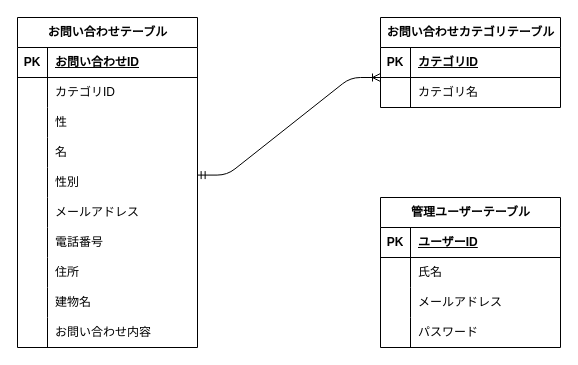
Before: src/design/er_diagram.drawio in hisano-satomi/contact-form, a draw.io diagram. Source tidied: cells renumbered, new cells numbered last; positions are measured from the earlier drawing's top-left corner, leaving out a move shared by most shapes. Both pictures are drawn from the tidied source at 100%, with x=0, y=0 at pixel (17, 17).
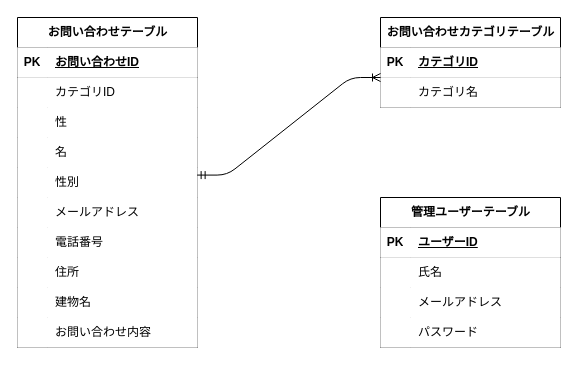
The same page after the edit.

Unchanged cells that the change refers to:
```xml
<mxCell id="2" value="&lt;span class=&quot;notion-enable-hover&quot;&gt;お問い合わせテーブル&lt;/span&gt;" style="shape=table;startSize=30;childLayout=tableLayout;rowLines=0;fontStyle=1;align=center;html=1;" parent="1" vertex="1">
  <mxGeometry width="180" height="330" as="geometry" />
</mxCell>
<mxCell id="33" value="&lt;span class=&quot;notion-enable-hover&quot;&gt;お問い合わせカテゴリテーブル&lt;/span&gt;" style="shape=table;startSize=30;childLayout=tableLayout;rowLines=0;fontStyle=1;align=center;html=1;" parent="1" vertex="1">
  <mxGeometry x="363" width="180" height="90" as="geometry" />
</mxCell>
<mxCell id="40" value="&lt;span class=&quot;notion-enable-hover&quot;&gt;管理ユーザーテーブル&lt;/span&gt;" style="shape=table;startSize=30;childLayout=tableLayout;rowLines=0;fontStyle=1;align=center;html=1;" parent="1" vertex="1">
  <mxGeometry x="363" y="180" width="180" height="150" as="geometry" />
</mxCell>
```

Change to the diagram source:
```diff
@@
-    <mxCell id="3" style="shape=tableRow;horizontal=0;startSize=0;swimlaneHead=0;swimlaneBody=0;fillColor=none;top=0;left=0;right=0;bottom=1;" parent="2" vertex="1">
+    <mxCell id="3" style="shape=tableRow;horizontal=0;startSize=0;swimlaneHead=0;swimlaneBody=0;top=0;left=0;right=0;bottom=1;" parent="2" vertex="1">
       <mxGeometry y="30" width="180" height="30" as="geometry" />
     </mxCell>
-    <mxCell id="4" value="PK" style="shape=partialRectangle;fillColor=none;top=0;left=0;bottom=0;right=0;fontStyle=1;overflow=hidden;whiteSpace=wrap;html=1;" parent="3" vertex="1">
+    <mxCell id="4" value="PK" style="shape=partialRectangle;top=0;left=0;bottom=0;right=0;fontStyle=1;overflow=hidden;whiteSpace=wrap;html=1;" parent="3" vertex="1">
       <mxGeometry width="30" height="30" as="geometry" />
     </mxCell>
-    <mxCell id="5" value="お問い合わせID" style="shape=partialRectangle;fillColor=none;top=0;left=0;bottom=0;right=0;align=left;spacingLeft=6;fontStyle=5;overflow=hidden;whiteSpace=wrap;html=1;" parent="3" vertex="1">
+    <mxCell id="5" value="お問い合わせID" style="shape=partialRectangle;top=0;left=0;bottom=0;right=0;align=left;spacingLeft=6;fontStyle=5;overflow=hidden;whiteSpace=wrap;html=1;" parent="3" vertex="1">
       <mxGeometry x="30" width="150" height="30" as="geometry" />
     </mxCell>
-    <mxCell id="6" style="shape=tableRow;horizontal=0;startSize=0;swimlaneHead=0;swimlaneBody=0;fillColor=none;top=0;left=0;right=0;bottom=0;" parent="2" vertex="1">
+    <mxCell id="6" style="shape=tableRow;horizontal=0;startSize=0;swimlaneHead=0;swimlaneBody=0;top=0;left=0;right=0;bottom=0;" parent="2" vertex="1">
       <mxGeometry y="60" width="180" height="30" as="geometry" />
     </mxCell>
-    <mxCell id="7" style="shape=partialRectangle;fillColor=none;top=0;left=0;bottom=0;right=0;overflow=hidden;whiteSpace=wrap;html=1;" parent="6" vertex="1">
+    <mxCell id="7" style="shape=partialRectangle;top=0;left=0;bottom=0;right=0;overflow=hidden;whiteSpace=wrap;html=1;" parent="6" vertex="1">
       <mxGeometry width="30" height="30" as="geometry" />
     </mxCell>
-    <mxCell id="8" value="カテゴリID" style="shape=partialRectangle;fillColor=none;top=0;left=0;bottom=0;right=0;align=left;spacingLeft=6;overflow=hidden;whiteSpace=wrap;html=1;" parent="6" vertex="1">
+    <mxCell id="8" value="カテゴリID" style="shape=partialRectangle;top=0;left=0;bottom=0;right=0;align=left;spacingLeft=6;overflow=hidden;whiteSpace=wrap;html=1;" parent="6" vertex="1">
       <mxGeometry x="30" width="150" height="30" as="geometry" />
     </mxCell>
-    <mxCell id="9" style="shape=tableRow;horizontal=0;startSize=0;swimlaneHead=0;swimlaneBody=0;fillColor=none;top=0;left=0;right=0;bottom=0;" parent="2" vertex="1">
+    <mxCell id="9" style="shape=tableRow;horizontal=0;startSize=0;swimlaneHead=0;swimlaneBody=0;top=0;left=0;right=0;bottom=0;" parent="2" vertex="1">
       <mxGeometry y="90" width="180" height="30" as="geometry" />
     </mxCell>
-    <mxCell id="10" style="shape=partialRectangle;fillColor=none;top=0;left=0;bottom=0;right=0;overflow=hidden;whiteSpace=wrap;html=1;" parent="9" vertex="1">
+    <mxCell id="10" style="shape=partialRectangle;top=0;left=0;bottom=0;right=0;overflow=hidden;whiteSpace=wrap;html=1;" parent="9" vertex="1">
       <mxGeometry width="30" height="30" as="geometry" />
     </mxCell>
-    <mxCell id="11" value="性" style="shape=partialRectangle;fillColor=none;top=0;left=0;bottom=0;right=0;align=left;spacingLeft=6;overflow=hidden;whiteSpace=wrap;html=1;" parent="9" vertex="1">
+    <mxCell id="11" value="性" style="shape=partialRectangle;top=0;left=0;bottom=0;right=0;align=left;spacingLeft=6;overflow=hidden;whiteSpace=wrap;html=1;" parent="9" vertex="1">
       <mxGeometry x="30" width="150" height="30" as="geometry" />
     </mxCell>
-    <mxCell id="12" style="shape=tableRow;horizontal=0;startSize=0;swimlaneHead=0;swimlaneBody=0;fillColor=none;top=0;left=0;right=0;bottom=0;" parent="2" vertex="1">
+    <mxCell id="12" style="shape=tableRow;horizontal=0;startSize=0;swimlaneHead=0;swimlaneBody=0;top=0;left=0;right=0;bottom=0;" parent="2" vertex="1">
       <mxGeometry y="120" width="180" height="30" as="geometry" />
     </mxCell>
-    <mxCell id="13" style="shape=partialRectangle;fillColor=none;top=0;left=0;bottom=0;right=0;overflow=hidden;whiteSpace=wrap;html=1;" parent="12" vertex="1">
+    <mxCell id="13" style="shape=partialRectangle;top=0;left=0;bottom=0;right=0;overflow=hidden;whiteSpace=wrap;html=1;" parent="12" vertex="1">
       <mxGeometry width="30" height="30" as="geometry" />
     </mxCell>
-    <mxCell id="14" value="名" style="shape=partialRectangle;fillColor=none;top=0;left=0;bottom=0;right=0;align=left;spacingLeft=6;overflow=hidden;whiteSpace=wrap;html=1;" parent="12" vertex="1">
+    <mxCell id="14" value="名" style="shape=partialRectangle;top=0;left=0;bottom=0;right=0;align=left;spacingLeft=6;overflow=hidden;whiteSpace=wrap;html=1;" parent="12" vertex="1">
       <mxGeometry x="30" width="150" height="30" as="geometry" />
     </mxCell>
-    <mxCell id="15" style="shape=tableRow;horizontal=0;startSize=0;swimlaneHead=0;swimlaneBody=0;fillColor=none;points=[[0,0.5],[1,0.5]];portConstraint=eastwest;top=0;left=0;right=0;bottom=0;" parent="2" vertex="1">
+    <mxCell id="15" style="shape=tableRow;horizontal=0;startSize=0;swimlaneHead=0;swimlaneBody=0;points=[[0,0.5],[1,0.5]];portConstraint=eastwest;top=0;left=0;right=0;bottom=0;" parent="2" vertex="1">
       <mxGeometry y="150" width="180" height="30" as="geometry" />
     </mxCell>
-    <mxCell id="16" style="shape=partialRectangle;fillColor=none;top=0;left=0;bottom=0;right=0;overflow=hidden;whiteSpace=wrap;html=1;" parent="15" vertex="1">
+    <mxCell id="16" style="shape=partialRectangle;top=0;left=0;bottom=0;right=0;overflow=hidden;whiteSpace=wrap;html=1;" parent="15" vertex="1">
       <mxGeometry width="30" height="30" as="geometry" />
     </mxCell>
-    <mxCell id="17" value="性別" style="shape=partialRectangle;fillColor=none;top=0;left=0;bottom=0;right=0;align=left;spacingLeft=6;overflow=hidden;whiteSpace=wrap;html=1;" parent="15" vertex="1">
+    <mxCell id="17" value="性別" style="shape=partialRectangle;top=0;left=0;bottom=0;right=0;align=left;spacingLeft=6;overflow=hidden;whiteSpace=wrap;html=1;" parent="15" vertex="1">
       <mxGeometry x="30" width="150" height="30" as="geometry" />
     </mxCell>
-    <mxCell id="18" style="shape=tableRow;horizontal=0;startSize=0;swimlaneHead=0;swimlaneBody=0;fillColor=none;top=0;left=0;right=0;bottom=0;" parent="2" vertex="1">
+    <mxCell id="18" style="shape=tableRow;horizontal=0;startSize=0;swimlaneHead=0;swimlaneBody=0;top=0;left=0;right=0;bottom=0;" parent="2" vertex="1">
       <mxGeometry y="180" width="180" height="30" as="geometry" />
     </mxCell>
-    <mxCell id="19" style="shape=partialRectangle;fillColor=none;top=0;left=0;bottom=0;right=0;overflow=hidden;whiteSpace=wrap;html=1;" parent="18" vertex="1">
+    <mxCell id="19" style="shape=partialRectangle;top=0;left=0;bottom=0;right=0;overflow=hidden;whiteSpace=wrap;html=1;" parent="18" vertex="1">
       <mxGeometry width="30" height="30" as="geometry" />
     </mxCell>
-    <mxCell id="20" value="メールアドレス" style="shape=partialRectangle;fillColor=none;top=0;left=0;bottom=0;right=0;align=left;spacingLeft=6;overflow=hidden;whiteSpace=wrap;html=1;" parent="18" vertex="1">
+    <mxCell id="20" value="メールアドレス" style="shape=partialRectangle;top=0;left=0;bottom=0;right=0;align=left;spacingLeft=6;overflow=hidden;whiteSpace=wrap;html=1;" parent="18" vertex="1">
       <mxGeometry x="30" width="150" height="30" as="geometry" />
     </mxCell>
-    <mxCell id="21" style="shape=tableRow;horizontal=0;startSize=0;swimlaneHead=0;swimlaneBody=0;fillColor=none;top=0;left=0;right=0;bottom=0;" parent="2" vertex="1">
+    <mxCell id="21" style="shape=tableRow;horizontal=0;startSize=0;swimlaneHead=0;swimlaneBody=0;top=0;left=0;right=0;bottom=0;" parent="2" vertex="1">
       <mxGeometry y="210" width="180" height="30" as="geometry" />
     </mxCell>
-    <mxCell id="22" style="shape=partialRectangle;fillColor=none;top=0;left=0;bottom=0;right=0;overflow=hidden;whiteSpace=wrap;html=1;" parent="21" vertex="1">
+    <mxCell id="22" style="shape=partialRectangle;top=0;left=0;bottom=0;right=0;overflow=hidden;whiteSpace=wrap;html=1;" parent="21" vertex="1">
       <mxGeometry width="30" height="30" as="geometry" />
     </mxCell>
-    <mxCell id="23" value="電話番号" style="shape=partialRectangle;fillColor=none;top=0;left=0;bottom=0;right=0;align=left;spacingLeft=6;overflow=hidden;whiteSpace=wrap;html=1;" parent="21" vertex="1">
+    <mxCell id="23" value="電話番号" style="shape=partialRectangle;top=0;left=0;bottom=0;right=0;align=left;spacingLeft=6;overflow=hidden;whiteSpace=wrap;html=1;" parent="21" vertex="1">
       <mxGeometry x="30" width="150" height="30" as="geometry" />
     </mxCell>
-    <mxCell id="24" style="shape=tableRow;horizontal=0;startSize=0;swimlaneHead=0;swimlaneBody=0;fillColor=none;top=0;left=0;right=0;bottom=0;" parent="2" vertex="1">
+    <mxCell id="24" style="shape=tableRow;horizontal=0;startSize=0;swimlaneHead=0;swimlaneBody=0;top=0;left=0;right=0;bottom=0;" parent="2" vertex="1">
       <mxGeometry y="240" width="180" height="30" as="geometry" />
     </mxCell>
-    <mxCell id="25" style="shape=partialRectangle;fillColor=none;top=0;left=0;bottom=0;right=0;overflow=hidden;whiteSpace=wrap;html=1;" parent="24" vertex="1">
+    <mxCell id="25" style="shape=partialRectangle;top=0;left=0;bottom=0;right=0;overflow=hidden;whiteSpace=wrap;html=1;" parent="24" vertex="1">
       <mxGeometry width="30" height="30" as="geometry" />
     </mxCell>
-    <mxCell id="26" value="住所" style="shape=partialRectangle;fillColor=none;top=0;left=0;bottom=0;right=0;align=left;spacingLeft=6;overflow=hidden;whiteSpace=wrap;html=1;" parent="24" vertex="1">
+    <mxCell id="26" value="住所" style="shape=partialRectangle;top=0;left=0;bottom=0;right=0;align=left;spacingLeft=6;overflow=hidden;whiteSpace=wrap;html=1;" parent="24" vertex="1">
       <mxGeometry x="30" width="150" height="30" as="geometry" />
     </mxCell>
-    <mxCell id="27" style="shape=tableRow;horizontal=0;startSize=0;swimlaneHead=0;swimlaneBody=0;fillColor=none;top=0;left=0;right=0;bottom=0;" parent="2" vertex="1">
+    <mxCell id="27" style="shape=tableRow;horizontal=0;startSize=0;swimlaneHead=0;swimlaneBody=0;top=0;left=0;right=0;bottom=0;" parent="2" vertex="1">
       <mxGeometry y="270" width="180" height="30" as="geometry" />
     </mxCell>
-    <mxCell id="28" style="shape=partialRectangle;fillColor=none;top=0;left=0;bottom=0;right=0;overflow=hidden;whiteSpace=wrap;html=1;" parent="27" vertex="1">
+    <mxCell id="28" style="shape=partialRectangle;top=0;left=0;bottom=0;right=0;overflow=hidden;whiteSpace=wrap;html=1;" parent="27" vertex="1">
       <mxGeometry width="30" height="30" as="geometry" />
     </mxCell>
-    <mxCell id="29" value="建物名" style="shape=partialRectangle;fillColor=none;top=0;left=0;bottom=0;right=0;align=left;spacingLeft=6;overflow=hidden;whiteSpace=wrap;html=1;" parent="27" vertex="1">
+    <mxCell id="29" value="建物名" style="shape=partialRectangle;top=0;left=0;bottom=0;right=0;align=left;spacingLeft=6;overflow=hidden;whiteSpace=wrap;html=1;" parent="27" vertex="1">
       <mxGeometry x="30" width="150" height="30" as="geometry" />
     </mxCell>
-    <mxCell id="30" style="shape=tableRow;horizontal=0;startSize=0;swimlaneHead=0;swimlaneBody=0;fillColor=none;top=0;left=0;right=0;bottom=0;" parent="2" vertex="1">
+    <mxCell id="30" style="shape=tableRow;horizontal=0;startSize=0;swimlaneHead=0;swimlaneBody=0;top=0;left=0;right=0;bottom=0;" parent="2" vertex="1">
       <mxGeometry y="300" width="180" height="30" as="geometry" />
     </mxCell>
-    <mxCell id="31" style="shape=partialRectangle;fillColor=none;top=0;left=0;bottom=0;right=0;overflow=hidden;whiteSpace=wrap;html=1;" parent="30" vertex="1">
+    <mxCell id="31" style="shape=partialRectangle;top=0;left=0;bottom=0;right=0;overflow=hidden;whiteSpace=wrap;html=1;" parent="30" vertex="1">
       <mxGeometry width="30" height="30" as="geometry" />
     </mxCell>
-    <mxCell id="32" value="お問い合わせ内容" style="shape=partialRectangle;fillColor=none;top=0;left=0;bottom=0;right=0;align=left;spacingLeft=6;overflow=hidden;whiteSpace=wrap;html=1;" parent="30" vertex="1">
+    <mxCell id="32" value="お問い合わせ内容" style="shape=partialRectangle;top=0;left=0;bottom=0;right=0;align=left;spacingLeft=6;overflow=hidden;whiteSpace=wrap;html=1;" parent="30" vertex="1">
       <mxGeometry x="30" width="150" height="30" as="geometry" />
     </mxCell>
@@
-    <mxCell id="34" style="shape=tableRow;horizontal=0;startSize=0;swimlaneHead=0;swimlaneBody=0;fillColor=none;top=0;left=0;right=0;bottom=1;" parent="33" vertex="1">
+    <mxCell id="34" style="shape=tableRow;horizontal=0;startSize=0;swimlaneHead=0;swimlaneBody=0;top=0;left=0;right=0;bottom=1;" parent="33" vertex="1">
       <mxGeometry y="30" width="180" height="30" as="geometry" />
     </mxCell>
-    <mxCell id="35" value="PK" style="shape=partialRectangle;fillColor=none;top=0;left=0;bottom=0;right=0;fontStyle=1;overflow=hidden;whiteSpace=wrap;html=1;" parent="34" vertex="1">
+    <mxCell id="35" value="PK" style="shape=partialRectangle;top=0;left=0;bottom=0;right=0;fontStyle=1;overflow=hidden;whiteSpace=wrap;html=1;" parent="34" vertex="1">
       <mxGeometry width="30" height="30" as="geometry" />
     </mxCell>
-    <mxCell id="36" value="カテゴリID" style="shape=partialRectangle;fillColor=none;top=0;left=0;bottom=0;right=0;align=left;spacingLeft=6;fontStyle=5;overflow=hidden;whiteSpace=wrap;html=1;" parent="34" vertex="1">
+    <mxCell id="36" value="カテゴリID" style="shape=partialRectangle;top=0;left=0;bottom=0;right=0;align=left;spacingLeft=6;fontStyle=5;overflow=hidden;whiteSpace=wrap;html=1;" parent="34" vertex="1">
       <mxGeometry x="30" width="150" height="30" as="geometry" />
     </mxCell>
-    <mxCell id="37" style="shape=tableRow;horizontal=0;startSize=0;swimlaneHead=0;swimlaneBody=0;fillColor=none;points=[[0,0.5],[1,0.5]];portConstraint=eastwest;top=0;left=0;right=0;bottom=0;" parent="33" vertex="1">
+    <mxCell id="37" style="shape=tableRow;horizontal=0;startSize=0;swimlaneHead=0;swimlaneBody=0;points=[[0,0.5],[1,0.5]];portConstraint=eastwest;top=0;left=0;right=0;bottom=0;" parent="33" vertex="1">
       <mxGeometry y="60" width="180" height="30" as="geometry" />
     </mxCell>
-    <mxCell id="38" style="shape=partialRectangle;fillColor=none;top=0;left=0;bottom=0;right=0;overflow=hidden;whiteSpace=wrap;html=1;" parent="37" vertex="1">
+    <mxCell id="38" style="shape=partialRectangle;top=0;left=0;bottom=0;right=0;overflow=hidden;whiteSpace=wrap;html=1;" parent="37" vertex="1">
       <mxGeometry width="30" height="30" as="geometry" />
     </mxCell>
-    <mxCell id="39" value="カテゴリ名" style="shape=partialRectangle;fillColor=none;top=0;left=0;bottom=0;right=0;align=left;spacingLeft=6;overflow=hidden;whiteSpace=wrap;html=1;" parent="37" vertex="1">
+    <mxCell id="39" value="カテゴリ名" style="shape=partialRectangle;top=0;left=0;bottom=0;right=0;align=left;spacingLeft=6;overflow=hidden;whiteSpace=wrap;html=1;" parent="37" vertex="1">
       <mxGeometry x="30" width="150" height="30" as="geometry" />
     </mxCell>
@@
-    <mxCell id="41" style="shape=tableRow;horizontal=0;startSize=0;swimlaneHead=0;swimlaneBody=0;fillColor=none;top=0;left=0;right=0;bottom=1;" parent="40" vertex="1">
+    <mxCell id="41" style="shape=tableRow;horizontal=0;startSize=0;swimlaneHead=0;swimlaneBody=0;top=0;left=0;right=0;bottom=1;" parent="40" vertex="1">
       <mxGeometry y="30" width="180" height="30" as="geometry" />
     </mxCell>
-    <mxCell id="42" value="PK" style="shape=partialRectangle;fillColor=none;top=0;left=0;bottom=0;right=0;fontStyle=1;overflow=hidden;whiteSpace=wrap;html=1;" parent="41" vertex="1">
+    <mxCell id="42" value="PK" style="shape=partialRectangle;top=0;left=0;bottom=0;right=0;fontStyle=1;overflow=hidden;whiteSpace=wrap;html=1;" parent="41" vertex="1">
       <mxGeometry width="30" height="30" as="geometry" />
     </mxCell>
-    <mxCell id="43" value="ユーザーID" style="shape=partialRectangle;fillColor=none;top=0;left=0;bottom=0;right=0;align=left;spacingLeft=6;fontStyle=5;overflow=hidden;whiteSpace=wrap;html=1;" parent="41" vertex="1">
+    <mxCell id="43" value="ユーザーID" style="shape=partialRectangle;top=0;left=0;bottom=0;right=0;align=left;spacingLeft=6;fontStyle=5;overflow=hidden;whiteSpace=wrap;html=1;strokeWidth=1;strokeColor=inherit;" parent="41" vertex="1">
       <mxGeometry x="30" width="150" height="30" as="geometry" />
     </mxCell>
-    <mxCell id="44" style="shape=tableRow;horizontal=0;startSize=0;swimlaneHead=0;swimlaneBody=0;fillColor=none;top=0;left=0;right=0;bottom=0;" parent="40" vertex="1">
+    <mxCell id="44" style="shape=tableRow;horizontal=0;startSize=0;swimlaneHead=0;swimlaneBody=0;top=0;left=0;right=0;bottom=0;" parent="40" vertex="1">
       <mxGeometry y="60" width="180" height="30" as="geometry" />
     </mxCell>
-    <mxCell id="45" style="shape=partialRectangle;fillColor=none;top=0;left=0;bottom=0;right=0;overflow=hidden;whiteSpace=wrap;html=1;" parent="44" vertex="1">
+    <mxCell id="45" style="shape=partialRectangle;top=0;left=0;bottom=0;right=0;overflow=hidden;whiteSpace=wrap;html=1;" parent="44" vertex="1">
       <mxGeometry width="30" height="30" as="geometry" />
     </mxCell>
-    <mxCell id="46" value="氏名" style="shape=partialRectangle;fillColor=none;top=0;left=0;bottom=0;right=0;align=left;spacingLeft=6;overflow=hidden;whiteSpace=wrap;html=1;" parent="44" vertex="1">
+    <mxCell id="46" value="氏名" style="shape=partialRectangle;top=0;left=0;bottom=0;right=0;align=left;spacingLeft=6;overflow=hidden;whiteSpace=wrap;html=1;" parent="44" vertex="1">
       <mxGeometry x="30" width="150" height="30" as="geometry" />
     </mxCell>
-    <mxCell id="47" style="shape=tableRow;horizontal=0;startSize=0;swimlaneHead=0;swimlaneBody=0;fillColor=none;top=0;left=0;right=0;bottom=0;" parent="40" vertex="1">
+    <mxCell id="47" style="shape=tableRow;horizontal=0;startSize=0;swimlaneHead=0;swimlaneBody=0;top=0;left=0;right=0;bottom=0;" parent="40" vertex="1">
       <mxGeometry y="90" width="180" height="30" as="geometry" />
     </mxCell>
-    <mxCell id="48" style="shape=partialRectangle;fillColor=none;top=0;left=0;bottom=0;right=0;overflow=hidden;whiteSpace=wrap;html=1;" parent="47" vertex="1">
+    <mxCell id="48" style="shape=partialRectangle;top=0;left=0;bottom=0;right=0;overflow=hidden;whiteSpace=wrap;html=1;" parent="47" vertex="1">
       <mxGeometry width="30" height="30" as="geometry" />
     </mxCell>
-    <mxCell id="49" value="メールアドレス" style="shape=partialRectangle;fillColor=none;top=0;left=0;bottom=0;right=0;align=left;spacingLeft=6;overflow=hidden;whiteSpace=wrap;html=1;" parent="47" vertex="1">
+    <mxCell id="49" value="メールアドレス" style="shape=partialRectangle;top=0;left=0;bottom=0;right=0;align=left;spacingLeft=6;overflow=hidden;whiteSpace=wrap;html=1;" parent="47" vertex="1">
       <mxGeometry x="30" width="150" height="30" as="geometry" />
     </mxCell>
-    <mxCell id="50" style="shape=tableRow;horizontal=0;startSize=0;swimlaneHead=0;swimlaneBody=0;fillColor=none;top=0;left=0;right=0;bottom=0;" parent="40" vertex="1">
+    <mxCell id="50" style="shape=tableRow;horizontal=0;startSize=0;swimlaneHead=0;swimlaneBody=0;top=0;left=0;right=0;bottom=0;" parent="40" vertex="1">
       <mxGeometry y="120" width="180" height="30" as="geometry" />
     </mxCell>
-    <mxCell id="51" style="shape=partialRectangle;fillColor=none;top=0;left=0;bottom=0;right=0;overflow=hidden;whiteSpace=wrap;html=1;" parent="50" vertex="1">
+    <mxCell id="51" style="shape=partialRectangle;top=0;left=0;bottom=0;right=0;overflow=hidden;whiteSpace=wrap;html=1;" parent="50" vertex="1">
       <mxGeometry width="30" height="30" as="geometry" />
     </mxCell>
-    <mxCell id="52" value="パスワード" style="shape=partialRectangle;fillColor=none;top=0;left=0;bottom=0;right=0;align=left;spacingLeft=6;overflow=hidden;whiteSpace=wrap;html=1;" parent="50" vertex="1">
+    <mxCell id="52" value="パスワード" style="shape=partialRectangle;top=0;left=0;bottom=0;right=0;align=left;spacingLeft=6;overflow=hidden;whiteSpace=wrap;html=1;" parent="50" vertex="1">
       <mxGeometry x="30" width="150" height="30" as="geometry" />
     </mxCell>
```
